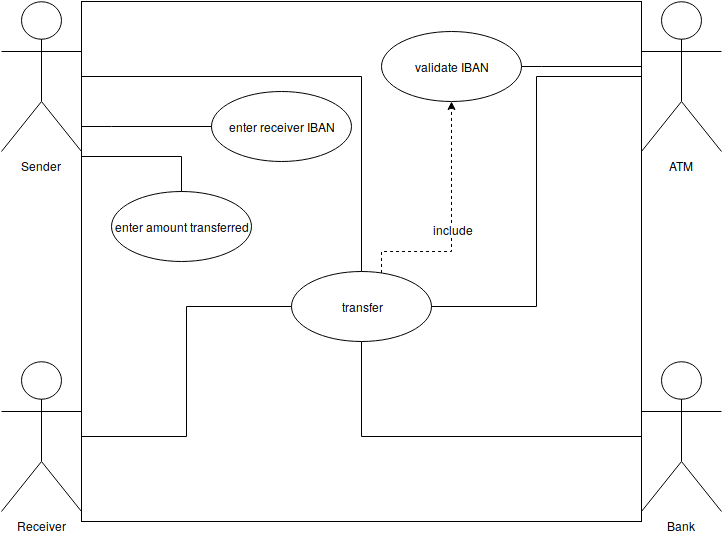
Before: img/transfer_usecase.png, a diagram exported from draw.io (reem-codes/cs385). Source tidied: cells renumbered, new cells last; positions are measured from the earlier drawing's top-left corner, leaving out a move shared by most shapes. Source of this version:
```xml
<mxGraphModel>
  <root>
    <mxCell id="0" />
    <mxCell id="1" parent="0" />
    <mxCell id="2" style="html=1;fillColor=none;" parent="1" vertex="1">
      <mxGeometry x="80" width="560" height="520" as="geometry" />
    </mxCell>
    <mxCell id="3" style="edgeStyle=orthogonalEdgeStyle;rounded=0;jettySize=auto;html=1;endArrow=none;endFill=0;strokeColor=#000000;" parent="1" edge="1" source="6" target="14">
      <mxGeometry relative="1" as="geometry">
        <Array as="points">
          <mxPoint x="110" y="125" />
          <mxPoint x="110" y="125" />
        </Array>
      </mxGeometry>
    </mxCell>
    <mxCell id="4" style="edgeStyle=orthogonalEdgeStyle;rounded=0;jettySize=auto;html=1;endArrow=none;endFill=0;strokeColor=#000000;" parent="1" edge="1" source="6" target="16">
      <mxGeometry relative="1" as="geometry">
        <Array as="points">
          <mxPoint x="80" y="155" />
          <mxPoint x="180" y="155" />
        </Array>
      </mxGeometry>
    </mxCell>
    <mxCell id="5" style="edgeStyle=orthogonalEdgeStyle;rounded=0;jettySize=auto;html=1;endArrow=none;endFill=0;strokeColor=#000000;" parent="1" edge="1" source="6" target="19">
      <mxGeometry relative="1" as="geometry" />
    </mxCell>
    <mxCell id="6" value="&lt;div&gt;Sender&lt;/div&gt;" style="shape=umlActor;verticalLabelPosition=bottom;labelBackgroundColor=#ffffff;verticalAlign=top;html=1;outlineConnect=0;" parent="1" vertex="1">
      <mxGeometry width="80" height="150" as="geometry" />
    </mxCell>
    <mxCell id="7" style="edgeStyle=orthogonalEdgeStyle;rounded=0;jettySize=auto;html=1;entryX=0;entryY=0.5;entryDx=0;entryDy=0;endArrow=none;endFill=0;strokeColor=#000000;" parent="1" edge="1" source="8" target="19">
      <mxGeometry relative="1" as="geometry" />
    </mxCell>
    <mxCell id="8" value="&lt;div&gt;Receiver&lt;/div&gt;" style="shape=umlActor;verticalLabelPosition=bottom;labelBackgroundColor=#ffffff;verticalAlign=top;html=1;outlineConnect=0;" parent="1" vertex="1">
      <mxGeometry y="360" width="80" height="150" as="geometry" />
    </mxCell>
    <mxCell id="9" style="edgeStyle=orthogonalEdgeStyle;rounded=0;jettySize=auto;html=1;entryX=0.5;entryY=1;entryDx=0;entryDy=0;endArrow=none;endFill=0;strokeColor=#000000;" parent="1" edge="1" source="10" target="19">
      <mxGeometry relative="1" as="geometry" />
    </mxCell>
    <mxCell id="10" value="&lt;div&gt;Bank&lt;/div&gt;" style="shape=umlActor;verticalLabelPosition=bottom;labelBackgroundColor=#ffffff;verticalAlign=top;html=1;outlineConnect=0;" parent="1" vertex="1">
      <mxGeometry x="640" y="360" width="80" height="150" as="geometry" />
    </mxCell>
    <mxCell id="11" style="edgeStyle=orthogonalEdgeStyle;rounded=0;jettySize=auto;html=1;endArrow=none;endFill=0;strokeColor=#000000;" parent="1" edge="1" source="13" target="15">
      <mxGeometry relative="1" as="geometry">
        <Array as="points">
          <mxPoint x="540" y="65" />
          <mxPoint x="540" y="65" />
        </Array>
      </mxGeometry>
    </mxCell>
    <mxCell id="12" style="edgeStyle=orthogonalEdgeStyle;rounded=0;jettySize=auto;html=1;entryX=1;entryY=0.5;entryDx=0;entryDy=0;endArrow=none;endFill=0;strokeColor=#000000;" parent="1" edge="1" source="13" target="19">
      <mxGeometry relative="1" as="geometry" />
    </mxCell>
    <mxCell id="13" value="ATM" style="shape=umlActor;verticalLabelPosition=bottom;labelBackgroundColor=#ffffff;verticalAlign=top;html=1;outlineConnect=0;" parent="1" vertex="1">
      <mxGeometry x="640" width="80" height="150" as="geometry" />
    </mxCell>
    <mxCell id="14" value="enter receiver IBAN" style="ellipse;whiteSpace=wrap;html=1;fillColor=none;" parent="1" vertex="1">
      <mxGeometry x="210" y="90" width="140" height="70" as="geometry" />
    </mxCell>
    <mxCell id="15" value="validate IBAN" style="ellipse;whiteSpace=wrap;html=1;fillColor=none;" parent="1" vertex="1">
      <mxGeometry x="380" y="30" width="140" height="70" as="geometry" />
    </mxCell>
    <mxCell id="16" value="enter amount transferred" style="ellipse;whiteSpace=wrap;html=1;fillColor=none;" parent="1" vertex="1">
      <mxGeometry x="110" y="190" width="140" height="70" as="geometry" />
    </mxCell>
    <mxCell id="17" style="edgeStyle=orthogonalEdgeStyle;rounded=0;jettySize=auto;html=1;endArrow=classic;endFill=1;strokeColor=#000000;dashed=1;" parent="1" edge="1" source="19" target="15">
      <mxGeometry relative="1" as="geometry">
        <Array as="points">
          <mxPoint x="380" y="250" />
          <mxPoint x="450" y="250" />
        </Array>
      </mxGeometry>
    </mxCell>
    <mxCell id="18" value="include" style="text;html=1;align=center;verticalAlign=middle;labelBackgroundColor=#ffffff;" parent="17" vertex="1">
      <mxGeometry x="-0.05" y="-1" relative="1" as="geometry" />
    </mxCell>
    <mxCell id="19" value="transfer" style="ellipse;whiteSpace=wrap;html=1;fillColor=none;" parent="1" vertex="1">
      <mxGeometry x="290" y="270" width="140" height="70" as="geometry" />
    </mxCell>
  </root>
</mxGraphModel>
```
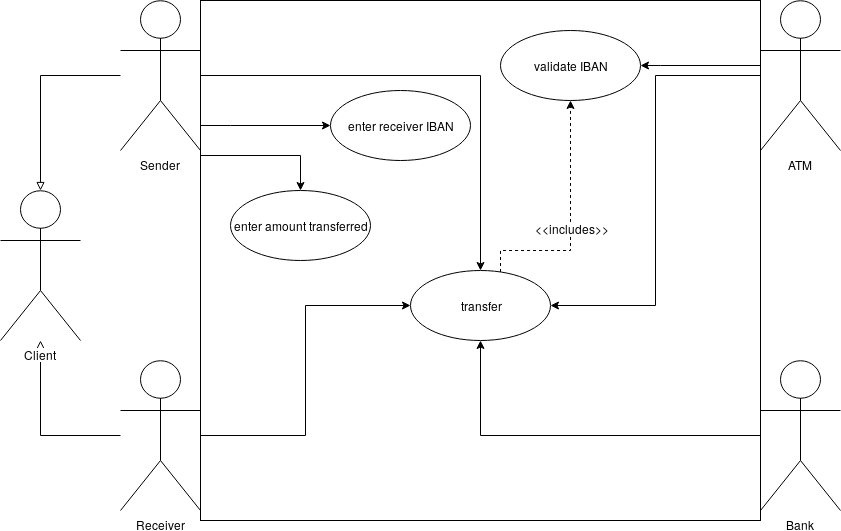
After the change.

The edit, as a diff of the source:
```diff
@@ -5,7 +5,7 @@
     <mxCell id="2" style="html=1;fillColor=none;" parent="1" vertex="1">
       <mxGeometry x="80" width="560" height="520" as="geometry" />
     </mxCell>
-    <mxCell id="3" style="edgeStyle=orthogonalEdgeStyle;rounded=0;jettySize=auto;html=1;endArrow=none;endFill=0;strokeColor=#000000;" parent="1" edge="1" source="6" target="14">
+    <mxCell id="3" style="edgeStyle=orthogonalEdgeStyle;rounded=0;jettySize=auto;html=1;endArrow=classic;endFill=1;strokeColor=#000000;" parent="1" edge="1" source="6" target="14">
       <mxGeometry relative="1" as="geometry">
         <Array as="points">
           <mxPoint x="110" y="125" />
@@ -13,7 +13,7 @@
         </Array>
       </mxGeometry>
     </mxCell>
-    <mxCell id="4" style="edgeStyle=orthogonalEdgeStyle;rounded=0;jettySize=auto;html=1;endArrow=none;endFill=0;strokeColor=#000000;" parent="1" edge="1" source="6" target="16">
+    <mxCell id="4" style="edgeStyle=orthogonalEdgeStyle;rounded=0;jettySize=auto;html=1;endArrow=classic;endFill=1;strokeColor=#000000;" parent="1" edge="1" source="6" target="16">
       <mxGeometry relative="1" as="geometry">
         <Array as="points">
           <mxPoint x="80" y="155" />
@@ -21,25 +21,31 @@
         </Array>
       </mxGeometry>
     </mxCell>
-    <mxCell id="5" style="edgeStyle=orthogonalEdgeStyle;rounded=0;jettySize=auto;html=1;endArrow=none;endFill=0;strokeColor=#000000;" parent="1" edge="1" source="6" target="19">
+    <mxCell id="5" style="edgeStyle=orthogonalEdgeStyle;rounded=0;jettySize=auto;html=1;endArrow=classic;endFill=1;strokeColor=#000000;" parent="1" edge="1" source="6" target="19">
       <mxGeometry relative="1" as="geometry" />
     </mxCell>
+    <mxCell id="20" style="edgeStyle=orthogonalEdgeStyle;rounded=0;jettySize=auto;html=1;endArrow=block;endFill=0;" parent="1" edge="1" source="6" target="22">
+      <mxGeometry relative="1" as="geometry" />
+    </mxCell>
     <mxCell id="6" value="&lt;div&gt;Sender&lt;/div&gt;" style="shape=umlActor;verticalLabelPosition=bottom;labelBackgroundColor=#ffffff;verticalAlign=top;html=1;outlineConnect=0;" parent="1" vertex="1">
       <mxGeometry width="80" height="150" as="geometry" />
     </mxCell>
-    <mxCell id="7" style="edgeStyle=orthogonalEdgeStyle;rounded=0;jettySize=auto;html=1;entryX=0;entryY=0.5;entryDx=0;entryDy=0;endArrow=none;endFill=0;strokeColor=#000000;" parent="1" edge="1" source="8" target="19">
+    <mxCell id="7" style="edgeStyle=orthogonalEdgeStyle;rounded=0;jettySize=auto;html=1;entryX=0;entryY=0.5;entryDx=0;entryDy=0;endArrow=classic;endFill=1;strokeColor=#000000;" parent="1" edge="1" source="8" target="19">
       <mxGeometry relative="1" as="geometry" />
     </mxCell>
+    <mxCell id="21" style="edgeStyle=orthogonalEdgeStyle;rounded=0;jettySize=auto;html=1;endArrow=block;endFill=0;" parent="1" edge="1" source="8" target="22">
+      <mxGeometry relative="1" as="geometry" />
+    </mxCell>
     <mxCell id="8" value="&lt;div&gt;Receiver&lt;/div&gt;" style="shape=umlActor;verticalLabelPosition=bottom;labelBackgroundColor=#ffffff;verticalAlign=top;html=1;outlineConnect=0;" parent="1" vertex="1">
       <mxGeometry y="360" width="80" height="150" as="geometry" />
     </mxCell>
-    <mxCell id="9" style="edgeStyle=orthogonalEdgeStyle;rounded=0;jettySize=auto;html=1;entryX=0.5;entryY=1;entryDx=0;entryDy=0;endArrow=none;endFill=0;strokeColor=#000000;" parent="1" edge="1" source="10" target="19">
+    <mxCell id="9" style="edgeStyle=orthogonalEdgeStyle;rounded=0;jettySize=auto;html=1;entryX=0.5;entryY=1;entryDx=0;entryDy=0;endArrow=classic;endFill=1;strokeColor=#000000;" parent="1" edge="1" source="10" target="19">
       <mxGeometry relative="1" as="geometry" />
     </mxCell>
     <mxCell id="10" value="&lt;div&gt;Bank&lt;/div&gt;" style="shape=umlActor;verticalLabelPosition=bottom;labelBackgroundColor=#ffffff;verticalAlign=top;html=1;outlineConnect=0;" parent="1" vertex="1">
       <mxGeometry x="640" y="360" width="80" height="150" as="geometry" />
     </mxCell>
-    <mxCell id="11" style="edgeStyle=orthogonalEdgeStyle;rounded=0;jettySize=auto;html=1;endArrow=none;endFill=0;strokeColor=#000000;" parent="1" edge="1" source="13" target="15">
+    <mxCell id="11" style="edgeStyle=orthogonalEdgeStyle;rounded=0;jettySize=auto;html=1;endArrow=classic;endFill=1;strokeColor=#000000;" parent="1" edge="1" source="13" target="15">
       <mxGeometry relative="1" as="geometry">
         <Array as="points">
           <mxPoint x="540" y="65" />
@@ -47,7 +53,7 @@
         </Array>
       </mxGeometry>
     </mxCell>
-    <mxCell id="12" style="edgeStyle=orthogonalEdgeStyle;rounded=0;jettySize=auto;html=1;entryX=1;entryY=0.5;entryDx=0;entryDy=0;endArrow=none;endFill=0;strokeColor=#000000;" parent="1" edge="1" source="13" target="19">
+    <mxCell id="12" style="edgeStyle=orthogonalEdgeStyle;rounded=0;jettySize=auto;html=1;entryX=1;entryY=0.5;entryDx=0;entryDy=0;endArrow=classic;endFill=1;strokeColor=#000000;" parent="1" edge="1" source="13" target="19">
       <mxGeometry relative="1" as="geometry" />
     </mxCell>
     <mxCell id="13" value="ATM" style="shape=umlActor;verticalLabelPosition=bottom;labelBackgroundColor=#ffffff;verticalAlign=top;html=1;outlineConnect=0;" parent="1" vertex="1">
@@ -70,11 +76,14 @@
         </Array>
       </mxGeometry>
     </mxCell>
-    <mxCell id="18" value="include" style="text;html=1;align=center;verticalAlign=middle;labelBackgroundColor=#ffffff;" parent="17" vertex="1">
+    <mxCell id="18" value="&amp;lt;&amp;lt;includes&amp;gt;&amp;gt;" style="text;html=1;align=center;verticalAlign=middle;labelBackgroundColor=#ffffff;" parent="17" vertex="1">
       <mxGeometry x="-0.05" y="-1" relative="1" as="geometry" />
     </mxCell>
     <mxCell id="19" value="transfer" style="ellipse;whiteSpace=wrap;html=1;fillColor=none;" parent="1" vertex="1">
       <mxGeometry x="290" y="270" width="140" height="70" as="geometry" />
     </mxCell>
+    <mxCell id="22" value="Client" style="shape=umlActor;verticalLabelPosition=bottom;labelBackgroundColor=#ffffff;verticalAlign=top;html=1;outlineConnect=0;" parent="1" vertex="1">
+      <mxGeometry x="-120" y="190" width="80" height="150" as="geometry" />
+    </mxCell>
   </root>
 </mxGraphModel>
```
